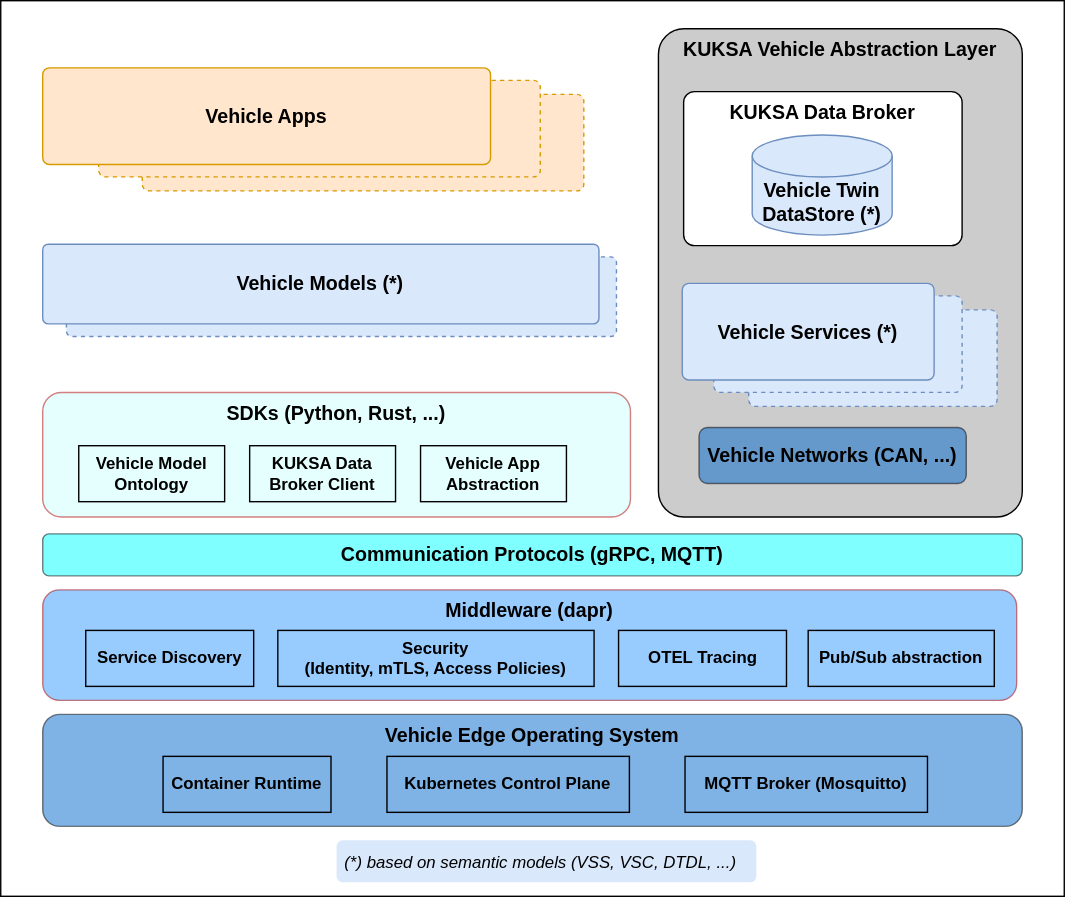
The draw.io diagram static/assets/programming_model.drawio.svg in eclipse-velocitas/velocitas-docs, before a commit. Source tidied: cells renumbered, new cells last; positions are measured from the earlier drawing's top-left corner, leaving out a move shared by most shapes.
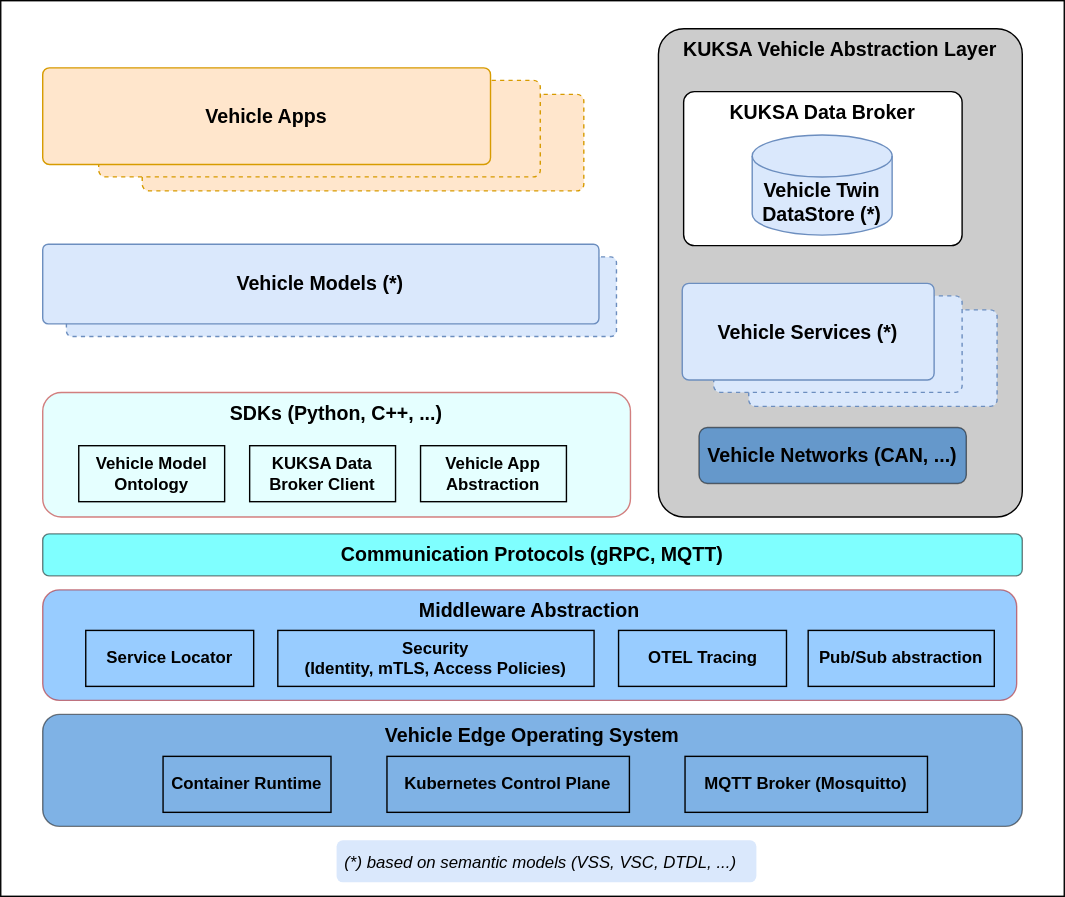
After the change.

Commit message:
fix: update the development model diagram

What changed in the source:
```diff
@@ -11,7 +11,7 @@
     <mxCell id="4" value="Communication Protocols (gRPC, MQTT)" style="whiteSpace=wrap;html=1;fillColor=#00FFFF;strokeColor=#000000;fontColor=#000000;opacity=50;verticalAlign=top;rounded=1;fontStyle=1;fontSize=14;" parent="1" vertex="1">
       <mxGeometry x="30" y="381" width="700" height="30" as="geometry" />
     </mxCell>
-    <mxCell id="5" value="SDKs (Python, Rust, ...)" style="whiteSpace=wrap;html=1;fillColor=#CCFFFF;strokeColor=#B20000;fontColor=#000000;opacity=50;verticalAlign=top;rounded=1;fontStyle=1;fontSize=14;" parent="1" vertex="1">
+    <mxCell id="5" value="SDKs (Python, C++, ...)" style="whiteSpace=wrap;html=1;fillColor=#CCFFFF;strokeColor=#B20000;fontColor=#000000;opacity=50;verticalAlign=top;rounded=1;fontStyle=1;fontSize=14;" parent="1" vertex="1">
       <mxGeometry x="30" y="280" width="420" height="89" as="geometry" />
     </mxCell>
     <mxCell id="6" value="KUKSA Data Broker" style="rounded=1;whiteSpace=wrap;html=1;arcSize=7;verticalAlign=top;fontStyle=1;fontSize=14;" parent="1" vertex="1">
@@ -44,13 +44,13 @@
     <mxCell id="15" value="Vehicle Apps" style="rounded=1;whiteSpace=wrap;html=1;arcSize=7;verticalAlign=middle;fillColor=#ffe6cc;strokeColor=#d79b00;fontStyle=1;fontSize=14;" parent="12" vertex="1">
       <mxGeometry width="320" height="69" as="geometry" />
     </mxCell>
-    <mxCell id="16" value="Middleware (dapr)" style="whiteSpace=wrap;html=1;fillColor=#3399FF;strokeColor=#B20000;fontColor=#000000;opacity=50;verticalAlign=top;rounded=1;fontStyle=1;fontSize=14;" parent="1" vertex="1">
+    <mxCell id="16" value="Middleware Abstraction" style="whiteSpace=wrap;html=1;fillColor=#3399FF;strokeColor=#B20000;fontColor=#000000;opacity=50;verticalAlign=top;rounded=1;fontStyle=1;fontSize=14;" parent="1" vertex="1">
       <mxGeometry x="30" y="421" width="696" height="79" as="geometry" />
     </mxCell>
     <mxCell id="17" value="Vehicle Edge Operating System" style="whiteSpace=wrap;html=1;fillColor=#0066CC;strokeColor=#000000;fontColor=#000000;opacity=50;verticalAlign=top;rounded=1;fontStyle=1;fontSize=14;" parent="1" vertex="1">
       <mxGeometry x="30" y="510" width="700" height="80" as="geometry" />
     </mxCell>
-    <mxCell id="18" value="Service Discovery" style="rounded=0;whiteSpace=wrap;html=1;fontSize=12;fontColor=#000000;strokeColor=default;fillColor=none;fontStyle=1;" parent="1" vertex="1">
+    <mxCell id="18" value="Service Locator" style="rounded=0;whiteSpace=wrap;html=1;fontSize=12;fontColor=#000000;strokeColor=default;fillColor=none;fontStyle=1;" parent="1" vertex="1">
       <mxGeometry x="60.8" y="450" width="120" height="40" as="geometry" />
     </mxCell>
     <mxCell id="19" value="Security &lt;br style=&quot;font-size: 12px;&quot;&gt;(Identity, mTLS, Access Policies)" style="rounded=0;whiteSpace=wrap;html=1;fontSize=12;fontColor=#000000;strokeColor=default;fillColor=none;fontStyle=1;" parent="1" vertex="1">
```
